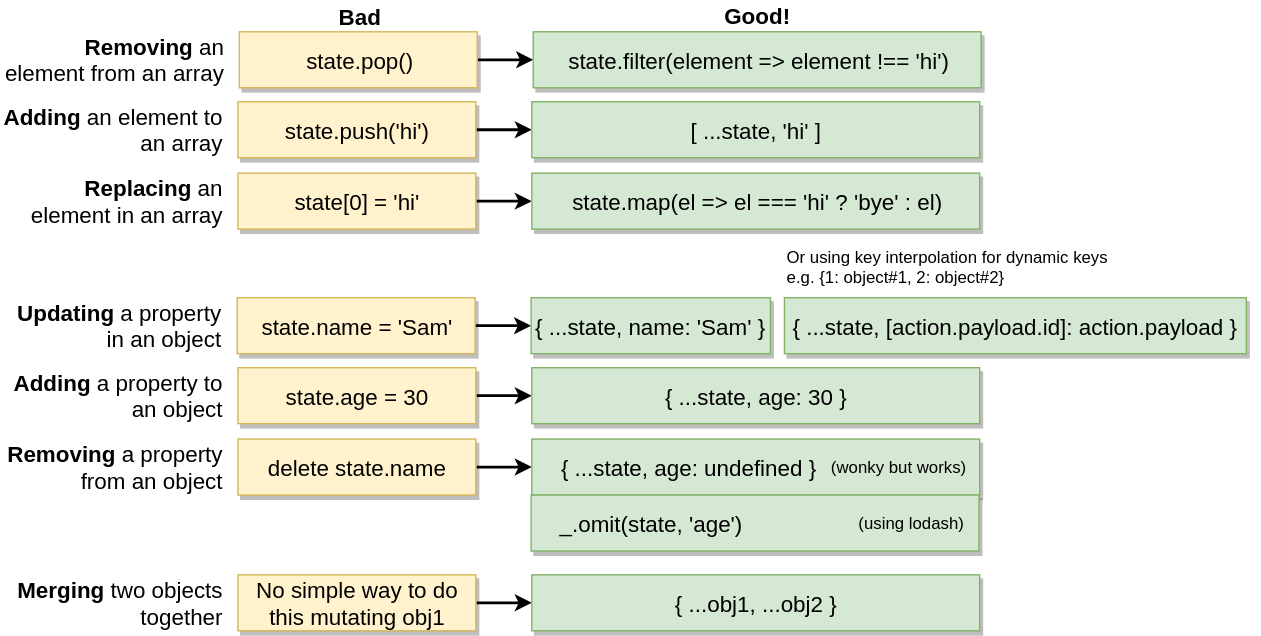
Before: diagrams/reducers-how-to-avoid-mutating-state.svg, a diagram exported from draw.io (serodriguez68/react-cheatsheet-udemy-2019). Source tidied: cells renumbered, new cells last; positions are measured from the earlier drawing's top-left corner, leaving out a move shared by most shapes.
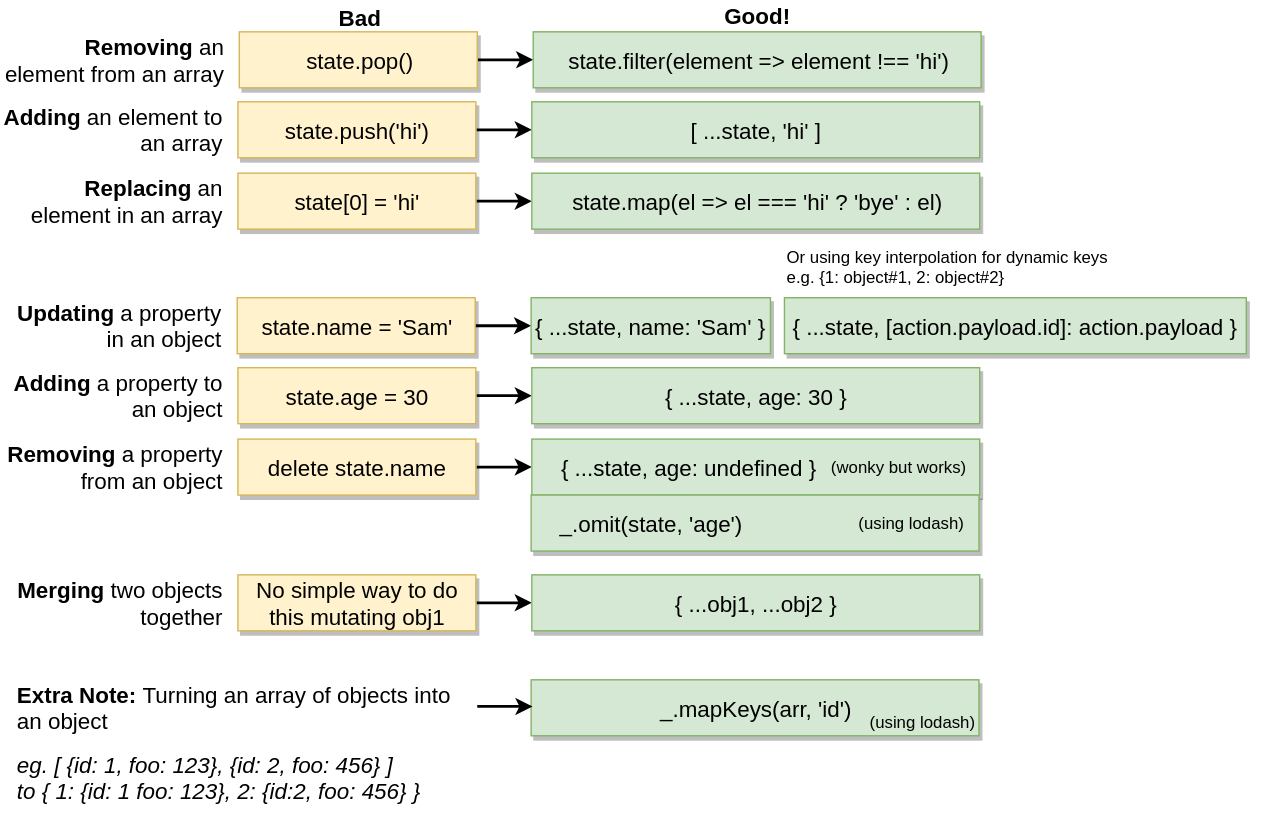
After the change.

Diff of the diagram source:
```diff
@@ -107,5 +107,23 @@
     <mxCell id="36" value="&lt;b&gt;Merging&lt;/b&gt;&amp;nbsp;two objects together" style="text;html=1;strokeColor=none;fillColor=none;align=right;verticalAlign=middle;whiteSpace=wrap;rounded=0;shadow=1;fontSize=16;" parent="1" vertex="1">
       <mxGeometry x="0.5" y="420" width="160" height="20" as="geometry" />
     </mxCell>
+    <mxCell id="37" value="&lt;b&gt;Extra Note:&lt;/b&gt;&amp;nbsp;Turning an array of objects into an object" style="text;html=1;strokeColor=none;fillColor=none;align=left;verticalAlign=middle;whiteSpace=wrap;rounded=0;shadow=1;fontSize=16;" parent="1" vertex="1">
+      <mxGeometry x="10" y="480" width="330" height="50" as="geometry" />
+    </mxCell>
+    <mxCell id="38" value="eg. [ {id: 1, foo: 123}, {id: 2, foo: 456} ] &lt;br&gt;to { 1: {id: 1 foo: 123}, 2: {id:2, foo: 456} }" style="text;html=1;strokeColor=none;fillColor=none;align=left;verticalAlign=middle;whiteSpace=wrap;rounded=0;shadow=1;fontSize=16;fontStyle=2;" parent="1" vertex="1">
+      <mxGeometry x="10" y="530" width="310" height="50" as="geometry" />
+    </mxCell>
+    <mxCell id="39" value="_.mapKeys(arr, 'id')" style="rounded=0;whiteSpace=wrap;html=1;fontSize=16;shadow=1;fillColor=#d5e8d4;strokeColor=#82b366;" parent="1" vertex="1">
+      <mxGeometry x="379" y="485" width="320" height="40" as="geometry" />
+    </mxCell>
+    <mxCell id="40" style="edgeStyle=orthogonalEdgeStyle;rounded=0;html=1;exitX=1;exitY=0.5;jettySize=auto;orthogonalLoop=1;strokeWidth=2;fontSize=16;" parent="1" edge="1">
+      <mxGeometry relative="1" as="geometry">
+        <mxPoint x="340.5" y="504" as="sourcePoint" />
+        <mxPoint x="380" y="504" as="targetPoint" />
+      </mxGeometry>
+    </mxCell>
+    <mxCell id="41" value="(using lodash)" style="text;html=1;strokeColor=none;fillColor=none;align=center;verticalAlign=middle;whiteSpace=wrap;rounded=0;" parent="1" vertex="1">
+      <mxGeometry x="619" y="505" width="80" height="20" as="geometry" />
+    </mxCell>
   </root>
 </mxGraphModel>
```
